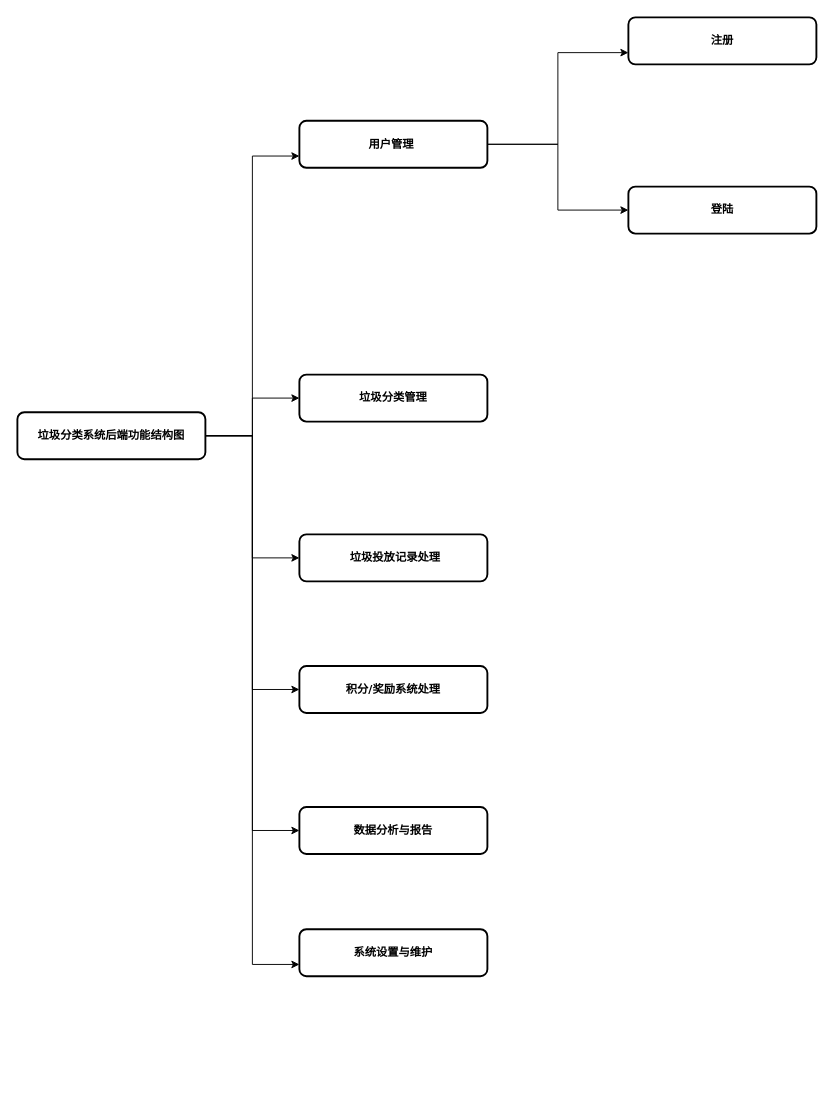
Before: 垃圾分类系统后端功能结构图.drawio in heibaike123/-, a draw.io diagram. Source tidied: cells renumbered, new cells numbered last; positions are measured from the earlier drawing's top-left corner, leaving out a move shared by most shapes. Both pictures are drawn from the tidied source at 94%, with x=0, y=0 at pixel (17, 17).
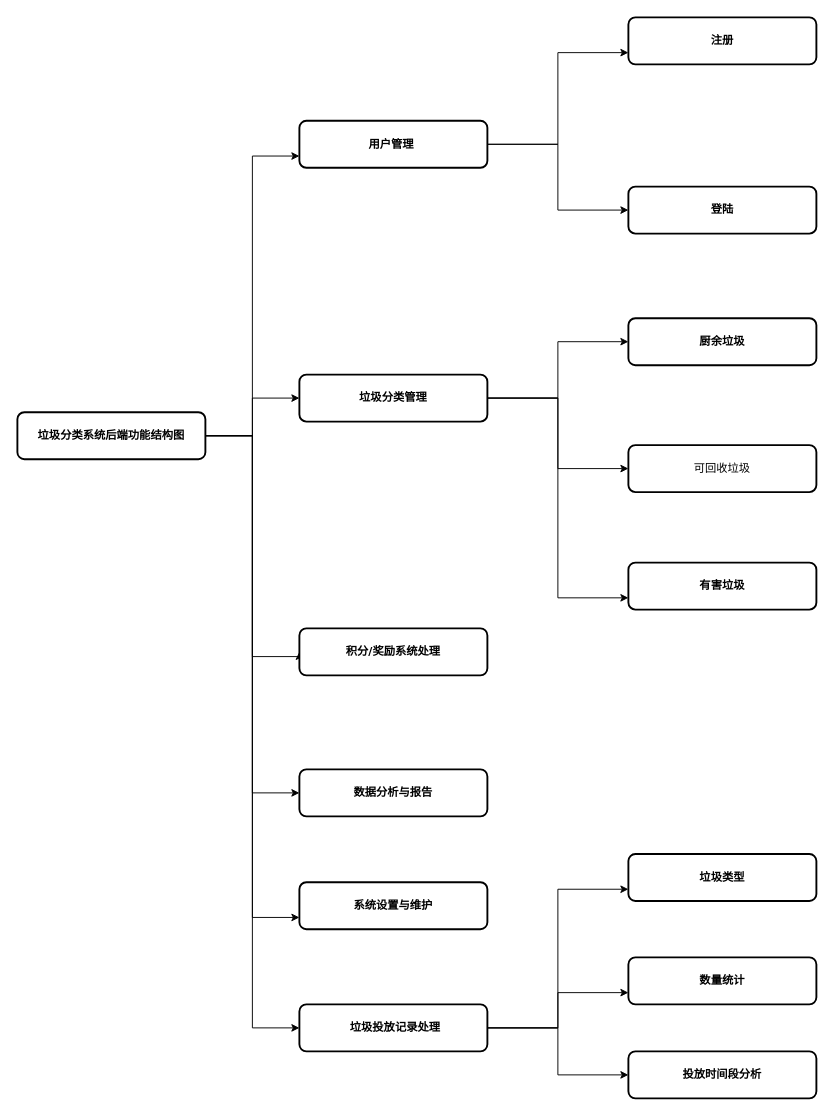
After the change.

Commit message:
更新垃圾分类系统后端功能结构图.drawio

The change refers to these unchanged cells:
```xml
<mxCell id="13" value="垃圾分类系统后端功能结构图" style="whiteSpace=wrap;html=1;rounded=1;shadow=0;comic=0;strokeWidth=2;fontFamily=Verdana;align=center;fontSize=12;fontStyle=1;" parent="1" vertex="1">
  <mxGeometry y="420" width="200" height="50" as="geometry" />
</mxCell>
<mxCell id="14" value="垃圾分类管理" style="whiteSpace=wrap;html=1;rounded=1;shadow=0;comic=0;strokeWidth=2;fontFamily=Verdana;align=center;fontSize=12;fontStyle=1;direction=east;" parent="1" vertex="1">
  <mxGeometry x="300" y="380" width="200" height="50" as="geometry" />
</mxCell>
```

Diff of the diagram source:
```diff
@@
     <mxCell id="10" style="edgeStyle=orthogonalEdgeStyle;rounded=0;jettySize=auto;html=1;entryX=0;entryY=0.5;entryDx=0;entryDy=0;" parent="1" edge="1" source="13" target="16">
       <mxGeometry relative="1" as="geometry">
         <Array as="points">
           <mxPoint x="250" y="445" />
-          <mxPoint x="250" y="715" />
+          <mxPoint x="250" y="680" />
+          <mxPoint x="300" y="680" />
         </Array>
       </mxGeometry>
     </mxCell>
@@
+    <mxCell id="19" style="edgeStyle=orthogonalEdgeStyle;rounded=0;jettySize=auto;html=1;entryX=0;entryY=0.5;entryDx=0;entryDy=0;" parent="1" edge="1" source="14" target="25">
+      <mxGeometry relative="1" as="geometry" />
+    </mxCell>
+    <mxCell id="20" style="edgeStyle=orthogonalEdgeStyle;rounded=0;jettySize=auto;html=1;entryX=0;entryY=0.5;entryDx=0;entryDy=0;" parent="1" edge="1" source="14" target="26">
+      <mxGeometry relative="1" as="geometry" />
+    </mxCell>
+    <mxCell id="21" style="edgeStyle=orthogonalEdgeStyle;rounded=0;jettySize=auto;html=1;entryX=0;entryY=0.75;entryDx=0;entryDy=0;" parent="1" edge="1" source="14" target="27">
+      <mxGeometry relative="1" as="geometry" />
+    </mxCell>
@@
+    <mxCell id="22" style="edgeStyle=orthogonalEdgeStyle;rounded=0;jettySize=auto;html=1;entryX=0;entryY=0.75;entryDx=0;entryDy=0;" parent="1" edge="1" source="15" target="28">
+      <mxGeometry relative="1" as="geometry" />
+    </mxCell>
+    <mxCell id="23" style="edgeStyle=orthogonalEdgeStyle;rounded=0;jettySize=auto;html=1;entryX=0;entryY=0.75;entryDx=0;entryDy=0;" parent="1" edge="1" source="15" target="29">
+      <mxGeometry relative="1" as="geometry" />
+    </mxCell>
+    <mxCell id="24" style="edgeStyle=orthogonalEdgeStyle;rounded=0;jettySize=auto;html=1;" parent="1" edge="1" source="15" target="30">
+      <mxGeometry relative="1" as="geometry" />
+    </mxCell>
     <mxCell id="15" value="&amp;nbsp;垃圾投放记录处理" style="whiteSpace=wrap;html=1;rounded=1;shadow=0;comic=0;strokeWidth=2;fontFamily=Verdana;align=center;fontSize=12;fontStyle=1;direction=east;" parent="1" vertex="1">
-      <mxGeometry x="300" y="550" width="200" height="50" as="geometry" />
+      <mxGeometry x="300" y="1050" width="200" height="50" as="geometry" />
     </mxCell>
     <mxCell id="16" value="积分/奖励系统处理" style="whiteSpace=wrap;html=1;rounded=1;shadow=0;comic=0;strokeWidth=2;fontFamily=Verdana;align=center;fontSize=12;fontStyle=1;direction=east;" parent="1" vertex="1">
-      <mxGeometry x="300" y="690" width="200" height="50" as="geometry" />
+      <mxGeometry x="300" y="650" width="200" height="50" as="geometry" />
     </mxCell>
     <mxCell id="17" value="数据分析与报告" style="whiteSpace=wrap;html=1;rounded=1;shadow=0;comic=0;strokeWidth=2;fontFamily=Verdana;align=center;fontSize=12;fontStyle=1;direction=east;" parent="1" vertex="1">
-      <mxGeometry x="300" y="840" width="200" height="50" as="geometry" />
+      <mxGeometry x="300" y="800" width="200" height="50" as="geometry" />
     </mxCell>
     <mxCell id="18" value="系统设置与维护" style="whiteSpace=wrap;html=1;rounded=1;shadow=0;comic=0;strokeWidth=2;fontFamily=Verdana;align=center;fontSize=12;fontStyle=1;direction=east;" parent="1" vertex="1">
-      <mxGeometry x="300" y="970" width="200" height="50" as="geometry" />
+      <mxGeometry x="300" y="920" width="200" height="50" as="geometry" />
     </mxCell>
+    <mxCell id="25" value="厨余垃圾" style="whiteSpace=wrap;html=1;rounded=1;shadow=0;comic=0;strokeWidth=2;fontFamily=Verdana;align=center;fontSize=12;fontStyle=1;direction=east;" parent="1" vertex="1">
+      <mxGeometry x="650" y="320" width="200" height="50" as="geometry" />
+    </mxCell>
+    <mxCell id="26" value="可回收垃圾" style="whiteSpace=wrap;html=1;rounded=1;shadow=0;comic=0;strokeWidth=2;fontFamily=Verdana;align=center;fontSize=12;fontStyle=0;direction=east;" parent="1" vertex="1">
+      <mxGeometry x="650" y="455" width="200" height="50" as="geometry" />
+    </mxCell>
+    <mxCell id="27" value="有害垃圾" style="whiteSpace=wrap;html=1;rounded=1;shadow=0;comic=0;strokeWidth=2;fontFamily=Verdana;align=center;fontSize=12;fontStyle=1;direction=east;" parent="1" vertex="1">
+      <mxGeometry x="650" y="580" width="200" height="50" as="geometry" />
+    </mxCell>
+    <mxCell id="28" value="垃圾类型" style="whiteSpace=wrap;html=1;rounded=1;shadow=0;comic=0;strokeWidth=2;fontFamily=Verdana;align=center;fontSize=12;fontStyle=1;direction=east;" parent="1" vertex="1">
+      <mxGeometry x="650" y="890" width="200" height="50" as="geometry" />
+    </mxCell>
+    <mxCell id="29" value="数量统计" style="whiteSpace=wrap;html=1;rounded=1;shadow=0;comic=0;strokeWidth=2;fontFamily=Verdana;align=center;fontSize=12;fontStyle=1;direction=east;" parent="1" vertex="1">
+      <mxGeometry x="650" y="1000" width="200" height="50" as="geometry" />
+    </mxCell>
+    <mxCell id="30" value="投放时间段分析" style="whiteSpace=wrap;html=1;rounded=1;shadow=0;comic=0;strokeWidth=2;fontFamily=Verdana;align=center;fontSize=12;fontStyle=1;direction=east;" parent="1" vertex="1">
+      <mxGeometry x="650" y="1100" width="200" height="50" as="geometry" />
+    </mxCell>
```
